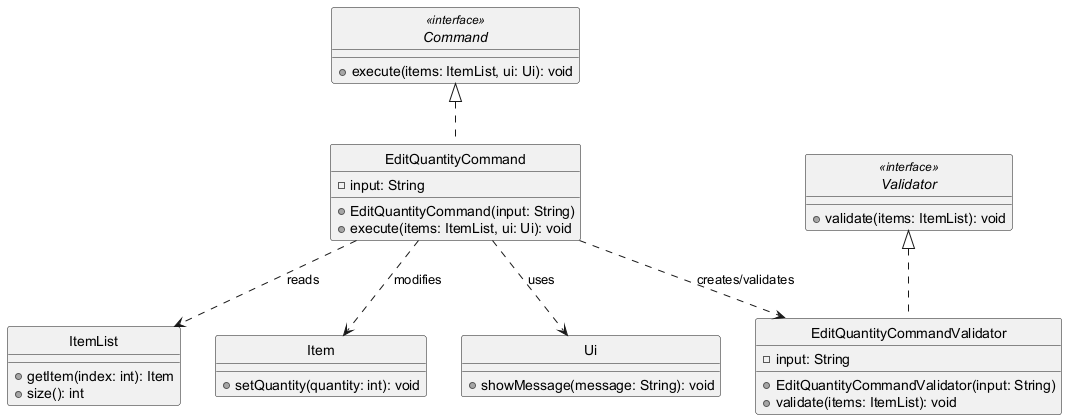
The PlantUML diagram docs/diagrams/EditQuantityCommandClassDiagram.png in adbsw/tp, before a commit.
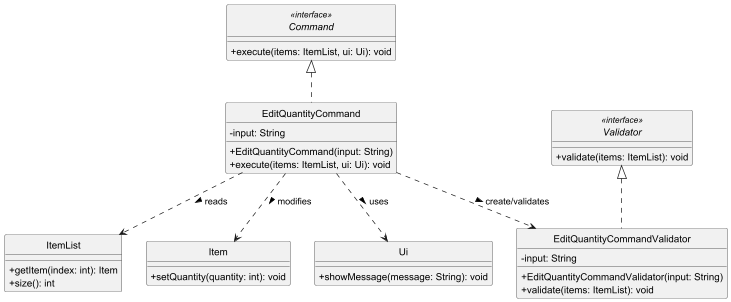
After the change.

Diff of the diagram source:
```diff
@@ -1,6 +1,7 @@
 @startuml
 skinparam monochrome true
 skinparam shadowing false
+skinparam classAttributeIconSize 0
 hide circle
 
 interface Command <<interface>> {
@@ -38,9 +39,9 @@
 
 Command <|.. EditQuantityCommand
 Validator <|.. EditQuantityCommandValidator
-EditQuantityCommand ..> EditQuantityCommandValidator : creates/validates
-EditQuantityCommand ..> ItemList : reads
-EditQuantityCommand ..> Item : modifies
-EditQuantityCommand ..> Ui : uses
+EditQuantityCommand ..> EditQuantityCommandValidator : create/validates >
+EditQuantityCommand ..> ItemList : reads >
+EditQuantityCommand ..> Item : modifies >
+EditQuantityCommand ..> Ui : uses >
 
 @enduml
```
